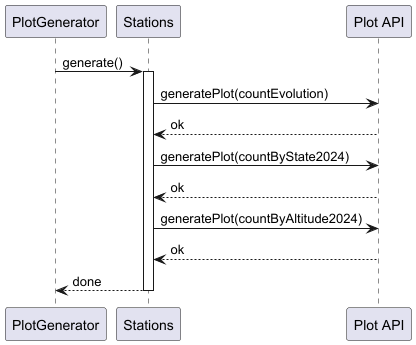
cfkr-dev/aemet_spark_study keeps this PlantUML diagram as big-data-core/documentation/export/plot_generation/stations_execution.png. Above is the earlier version.
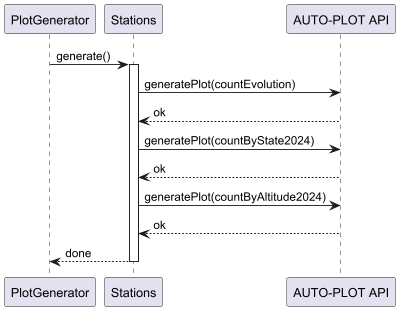
After the change.

The edit, as a diff of the source:
```diff
@@ -1,19 +1,19 @@
 @startuml
 participant "PlotGenerator" as PLOT_GENERATOR
 participant "Stations" as STATIONS
-participant "Plot API" as PLOT_API
+participant "AUTO-PLOT API" as AUTO_PLOT_API
 
 PLOT_GENERATOR -> STATIONS : generate()
 activate STATIONS
 
-STATIONS -> PLOT_API : generatePlot(countEvolution)
-PLOT_API --> STATIONS : ok
+STATIONS -> AUTO_PLOT_API : generatePlot(countEvolution)
+AUTO_PLOT_API --> STATIONS : ok
 
-STATIONS -> PLOT_API : generatePlot(countByState2024)
-PLOT_API --> STATIONS : ok
+STATIONS -> AUTO_PLOT_API : generatePlot(countByState2024)
+AUTO_PLOT_API --> STATIONS : ok
 
-STATIONS -> PLOT_API : generatePlot(countByAltitude2024)
-PLOT_API --> STATIONS : ok
+STATIONS -> AUTO_PLOT_API : generatePlot(countByAltitude2024)
+AUTO_PLOT_API --> STATIONS : ok
 
 STATIONS --> PLOT_GENERATOR : done
 deactivate STATIONS
```
